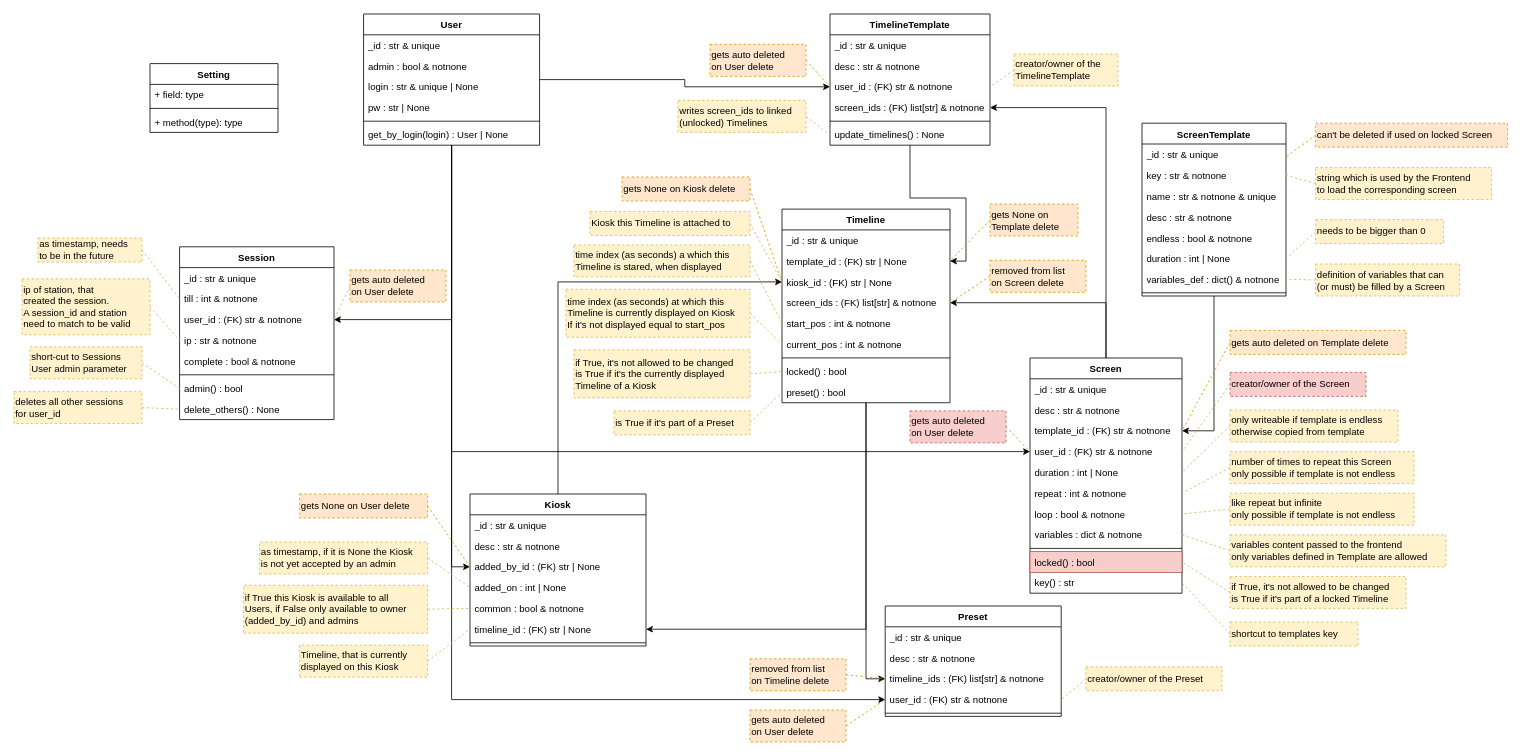
Above: docs/elements.drawio in nlptournament/nlpt-kiosk (draw.io), before the change. Source tidied: cells renumbered, new cells numbered last; positions are measured from the earlier drawing's top-left corner, leaving out a move shared by most shapes. Both pictures are drawn from the tidied source at 80%, with x=0, y=0 at pixel (14, 14).
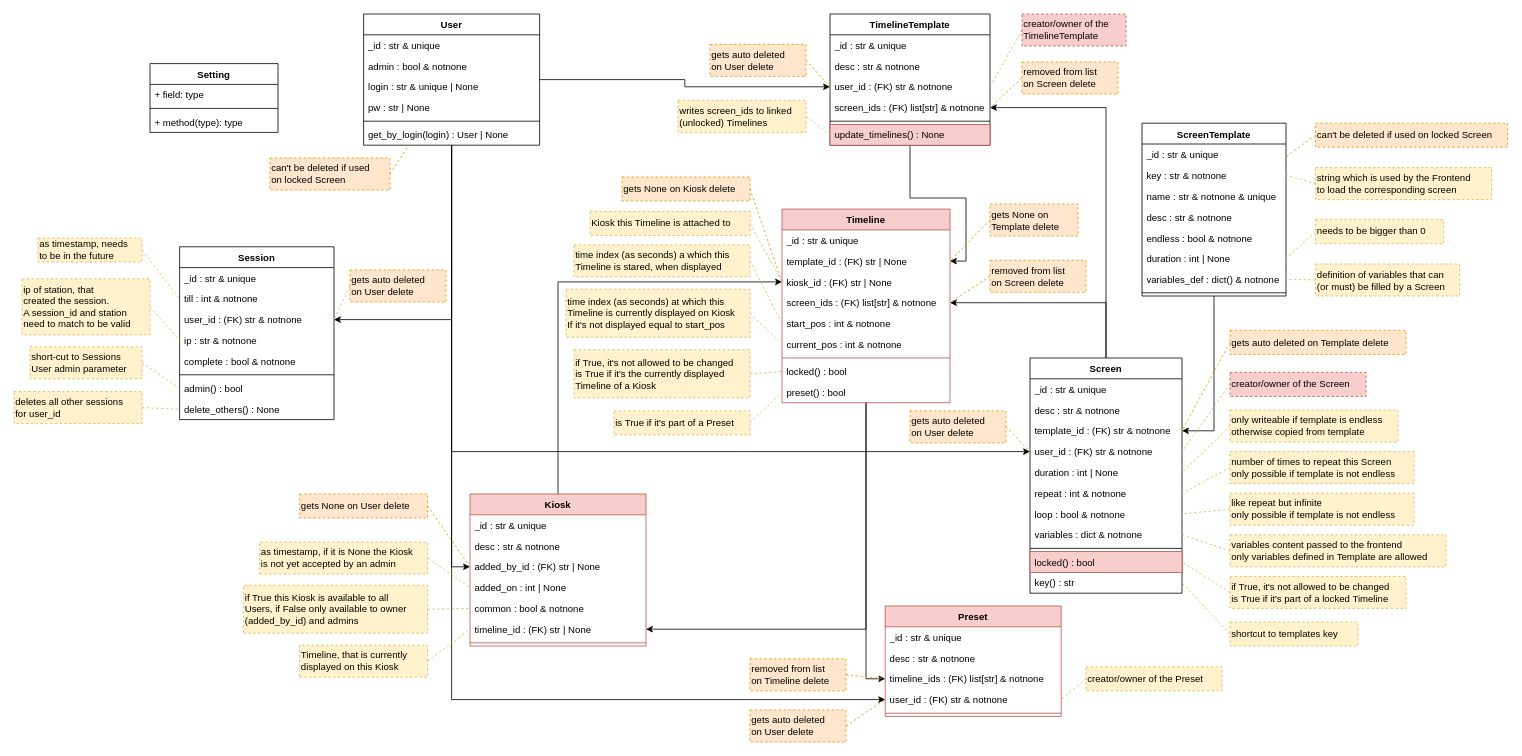
After the change.

Commit message (it also covers changes not shown here):
backend: TimelineTemplate implemented as far as possible

Unchanged cells that the change refers to:
```xml
<mxCell id="6" value="User" style="swimlane;fontStyle=1;align=center;verticalAlign=top;horizontal=1;startSize=26;" parent="1" vertex="1">
  <mxGeometry x="437" width="220" height="164" as="geometry" />
</mxCell>
<mxCell id="47" value="TimelineTemplate" style="swimlane;fontStyle=1;align=center;verticalAlign=top;horizontal=1;startSize=26;whiteSpace=wrap;html=1;" parent="1" vertex="1">
  <mxGeometry x="1020" width="200" height="164" as="geometry" />
</mxCell>
<mxCell id="51" value="&lt;span style=&quot;color: rgb(0, 0, 0); font-family: Helvetica; font-size: 12px; font-style: normal; font-variant-ligatures: normal; font-variant-caps: normal; font-weight: 400; letter-spacing: normal; orphans: 2; text-align: left; text-indent: 0px; text-transform: none; widows: 2; word-spacing: 0px; -webkit-text-stroke-width: 0px; white-space: nowrap; background-color: rgb(251, 251, 251); text-decoration-thickness: initial; text-decoration-style: initial; text-decoration-color: initial; display: inline !important; float: none;&quot;&gt;screen_ids : (FK) list[str] &amp;amp; notnone&lt;/span&gt;" style="text;strokeColor=none;fillColor=none;align=left;verticalAlign=top;spacingLeft=4;spacingRight=4;overflow=hidden;points=[[0,0.5],[1,0.5]];portConstraint=eastwest;whiteSpace=wrap;html=1;" parent="47" vertex="1">
  <mxGeometry y="104" width="200" height="26" as="geometry" />
</mxCell>
```

Change to the diagram source:
```diff
@@
-    <mxCell id="38" value="Kiosk" style="swimlane;fontStyle=1;align=center;verticalAlign=top;horizontal=1;startSize=26;whiteSpace=wrap;html=1;" parent="1" vertex="1">
+    <mxCell id="38" value="Kiosk" style="swimlane;fontStyle=1;align=center;verticalAlign=top;horizontal=1;startSize=26;whiteSpace=wrap;html=1;fillColor=#f8cecc;strokeColor=#b85450;" parent="1" vertex="1">
       <mxGeometry x="570" y="600" width="220" height="190" as="geometry" />
     </mxCell>
@@
-    <mxCell id="53" value="&lt;span style=&quot;color: rgb(0, 0, 0); font-family: Helvetica; font-size: 12px; font-style: normal; font-variant-ligatures: normal; font-variant-caps: normal; font-weight: 400; letter-spacing: normal; orphans: 2; text-align: left; text-indent: 0px; text-transform: none; widows: 2; word-spacing: 0px; -webkit-text-stroke-width: 0px; white-space: nowrap; background-color: rgb(251, 251, 251); text-decoration-thickness: initial; text-decoration-style: initial; text-decoration-color: initial; display: inline !important; float: none;&quot;&gt;update_timelines() : None&lt;/span&gt;" style="text;strokeColor=none;fillColor=none;align=left;verticalAlign=top;spacingLeft=4;spacingRight=4;overflow=hidden;points=[[0,0.5],[1,0.5]];portConstraint=eastwest;whiteSpace=wrap;html=1;" parent="47" vertex="1">
+    <mxCell id="53" value="&lt;span style=&quot;color: rgb(0, 0, 0); font-family: Helvetica; font-size: 12px; font-style: normal; font-variant-ligatures: normal; font-variant-caps: normal; font-weight: 400; letter-spacing: normal; orphans: 2; text-align: left; text-indent: 0px; text-transform: none; widows: 2; word-spacing: 0px; -webkit-text-stroke-width: 0px; white-space: nowrap; text-decoration-thickness: initial; text-decoration-style: initial; text-decoration-color: initial; float: none; display: inline !important;&quot;&gt;update_timelines() : None&lt;/span&gt;" style="text;strokeColor=#b85450;fillColor=#f8cecc;align=left;verticalAlign=top;spacingLeft=4;spacingRight=4;overflow=hidden;points=[[0,0.5],[1,0.5]];portConstraint=eastwest;whiteSpace=wrap;html=1;labelBackgroundColor=none;" parent="47" vertex="1">
       <mxGeometry y="138" width="200" height="26" as="geometry" />
     </mxCell>
@@
-    <mxCell id="56" value="Timeline" style="swimlane;fontStyle=1;align=center;verticalAlign=top;horizontal=1;startSize=26;whiteSpace=wrap;html=1;" parent="1" vertex="1">
+    <mxCell id="56" value="Timeline" style="swimlane;fontStyle=1;align=center;verticalAlign=top;horizontal=1;startSize=26;whiteSpace=wrap;html=1;fillColor=#f8cecc;strokeColor=#b85450;" parent="1" vertex="1">
       <mxGeometry x="960" y="243.9" width="210" height="242" as="geometry" />
     </mxCell>
@@
-    <mxCell id="100" value="Preset" style="swimlane;fontStyle=1;align=center;verticalAlign=top;horizontal=1;startSize=26;whiteSpace=wrap;html=1;" parent="1" vertex="1">
+    <mxCell id="100" value="Preset" style="swimlane;fontStyle=1;align=center;verticalAlign=top;horizontal=1;startSize=26;whiteSpace=wrap;html=1;fillColor=#f8cecc;strokeColor=#b85450;" parent="1" vertex="1">
       <mxGeometry x="1089" y="740" width="220" height="138" as="geometry" />
     </mxCell>
@@
-    <mxCell id="129" value="&lt;div&gt;creator/owner of the&lt;/div&gt;&lt;div&gt;TimelineTemplate&lt;/div&gt;" style="rounded=0;whiteSpace=wrap;html=1;fillColor=#fff2cc;strokeColor=#d6b656;dashed=1;align=left;verticalAlign=middle;horizontal=1;labelPosition=center;verticalLabelPosition=middle;" parent="1" vertex="1">
-      <mxGeometry x="1250" y="50" width="130" height="40" as="geometry" />
+    <mxCell id="129" value="&lt;div&gt;creator/owner of the&lt;/div&gt;&lt;div&gt;TimelineTemplate&lt;/div&gt;" style="rounded=0;whiteSpace=wrap;html=1;fillColor=#f8cecc;strokeColor=#b85450;dashed=1;align=left;verticalAlign=middle;horizontal=1;labelPosition=center;verticalLabelPosition=middle;" parent="1" vertex="1">
+      <mxGeometry x="1260" width="130" height="40" as="geometry" />
     </mxCell>
@@
-    <mxCell id="141" value="gets auto deleted&lt;br&gt;on User delete" style="rounded=0;whiteSpace=wrap;html=1;fillColor=#f8cecc;strokeColor=#b85450;dashed=1;align=left;verticalAlign=middle;horizontal=1;labelPosition=center;verticalLabelPosition=middle;" parent="1" vertex="1">
+    <mxCell id="141" value="gets auto deleted&lt;br&gt;on User delete" style="rounded=0;whiteSpace=wrap;html=1;fillColor=#ffe6cc;strokeColor=#d79b00;dashed=1;align=left;verticalAlign=middle;horizontal=1;labelPosition=center;verticalLabelPosition=middle;" parent="1" vertex="1">
       <mxGeometry x="1120" y="496.1" width="120" height="40" as="geometry" />
     </mxCell>
@@
+    <mxCell id="158" style="rounded=0;jettySize=auto;html=1;exitX=0;exitY=0.5;exitDx=0;exitDy=0;entryX=1;entryY=0.5;entryDx=0;entryDy=0;dashed=1;endArrow=none;endFill=0;fillColor=#ffe6cc;strokeColor=#d79b00;" parent="1" edge="1" source="159" target="51">
+      <mxGeometry relative="1" as="geometry" />
+    </mxCell>
+    <mxCell id="159" value="removed from list&lt;div&gt;on Screen delete&lt;/div&gt;" style="rounded=0;whiteSpace=wrap;html=1;fillColor=#ffe6cc;strokeColor=#d79b00;dashed=1;align=left;verticalAlign=middle;horizontal=1;labelPosition=center;verticalLabelPosition=middle;" parent="1" vertex="1">
+      <mxGeometry x="1260" y="60" width="120" height="40" as="geometry" />
+    </mxCell>
+    <mxCell id="160" style="rounded=0;jettySize=auto;html=1;exitX=1;exitY=0.5;exitDx=0;exitDy=0;dashed=1;endArrow=none;endFill=0;fillColor=#ffe6cc;strokeColor=#d79b00;" parent="1" edge="1" source="161" target="6">
+      <mxGeometry relative="1" as="geometry" />
+    </mxCell>
+    <mxCell id="161" value="can't be deleted if used&lt;div&gt;on locked Screen&lt;/div&gt;" style="rounded=0;whiteSpace=wrap;html=1;fillColor=#ffe6cc;strokeColor=#d79b00;dashed=1;align=left;verticalAlign=middle;horizontal=1;labelPosition=center;verticalLabelPosition=middle;" parent="1" vertex="1">
+      <mxGeometry x="320" y="180" width="150" height="40" as="geometry" />
+    </mxCell>
```
